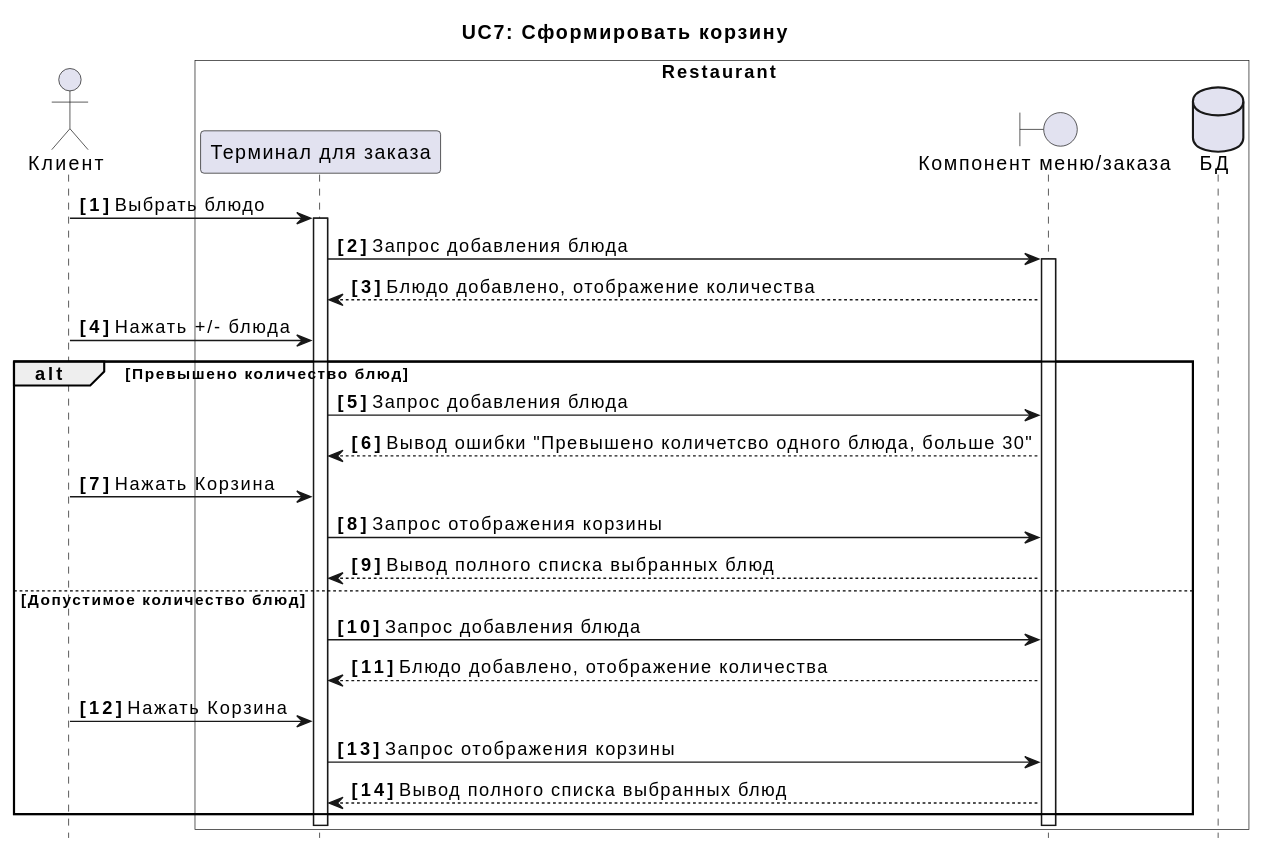
xxx996/OTUS_Restaraunt keeps this PlantUML diagram as docs/diagrams/include/UC7.svg. Above is the earlier version.
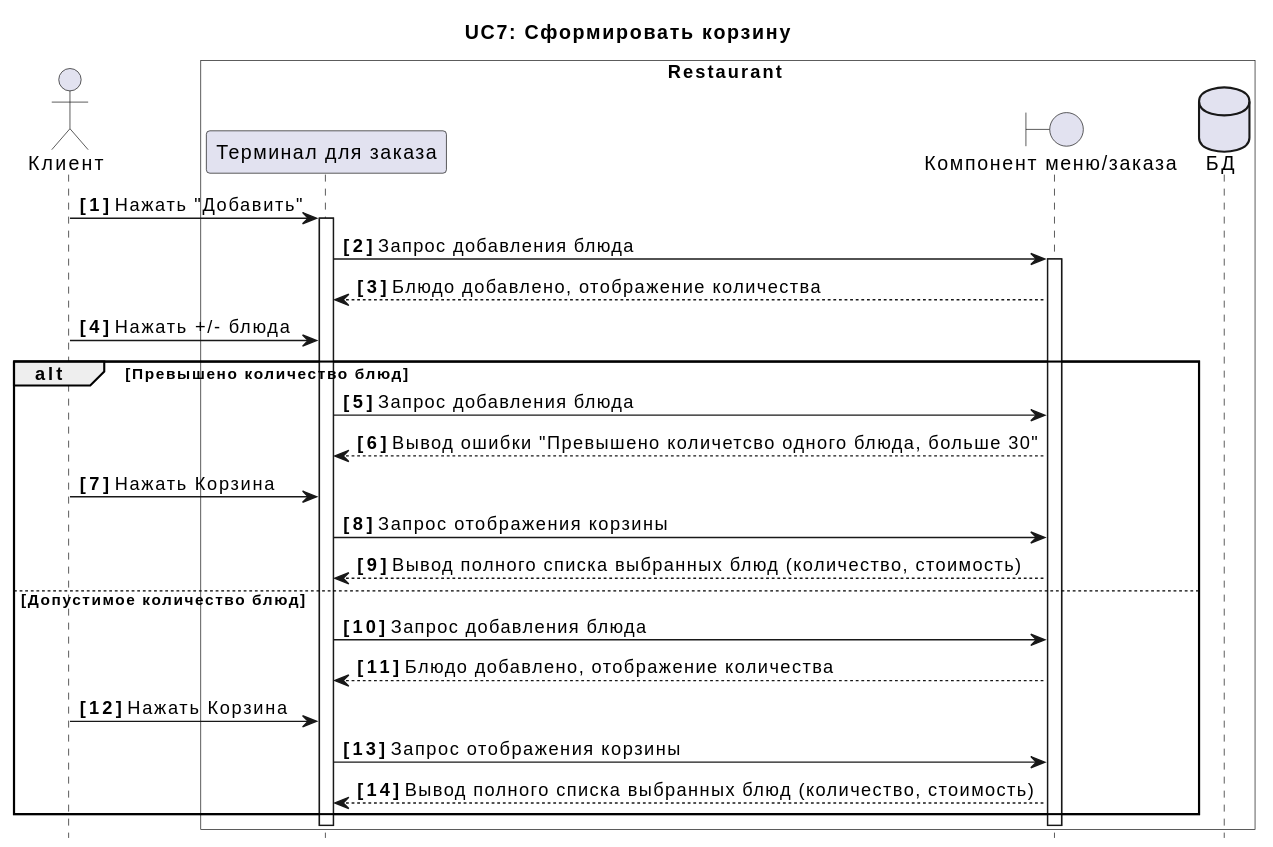
Later version of the same file.

Change to the diagram source:
```diff
@@ -8,7 +8,7 @@
 end box
 hide footbox
 autonumber "<b>[0]"
-C -> A++:  Выбрать блюдо
+C -> A++:  Нажать "Добавить"
 
 A -> F++:  Запрос добавления блюда
 F --> A:  Блюдо добавлено, отображение количества
@@ -20,14 +20,14 @@
 F --> A:  Вывод ошибки "Превышено количетсво одного блюда, больше 30"
 C -> A:  Нажать Корзина
 A -> F:  Запрос отображения корзины
-F --> A:  Вывод полного списка выбранных блюд
+F --> A:  Вывод полного списка выбранных блюд (количество, стоимость)
 
 else Допустимое количество блюд
 A -> F:  Запрос добавления блюда
 F --> A:  Блюдо добавлено, отображение количества
 C -> A:  Нажать Корзина
 A -> F:  Запрос отображения корзины
-F --> A:  Вывод полного списка выбранных блюд
+F --> A:  Вывод полного списка выбранных блюд (количество, стоимость)
 
 end
 @enduml
```
